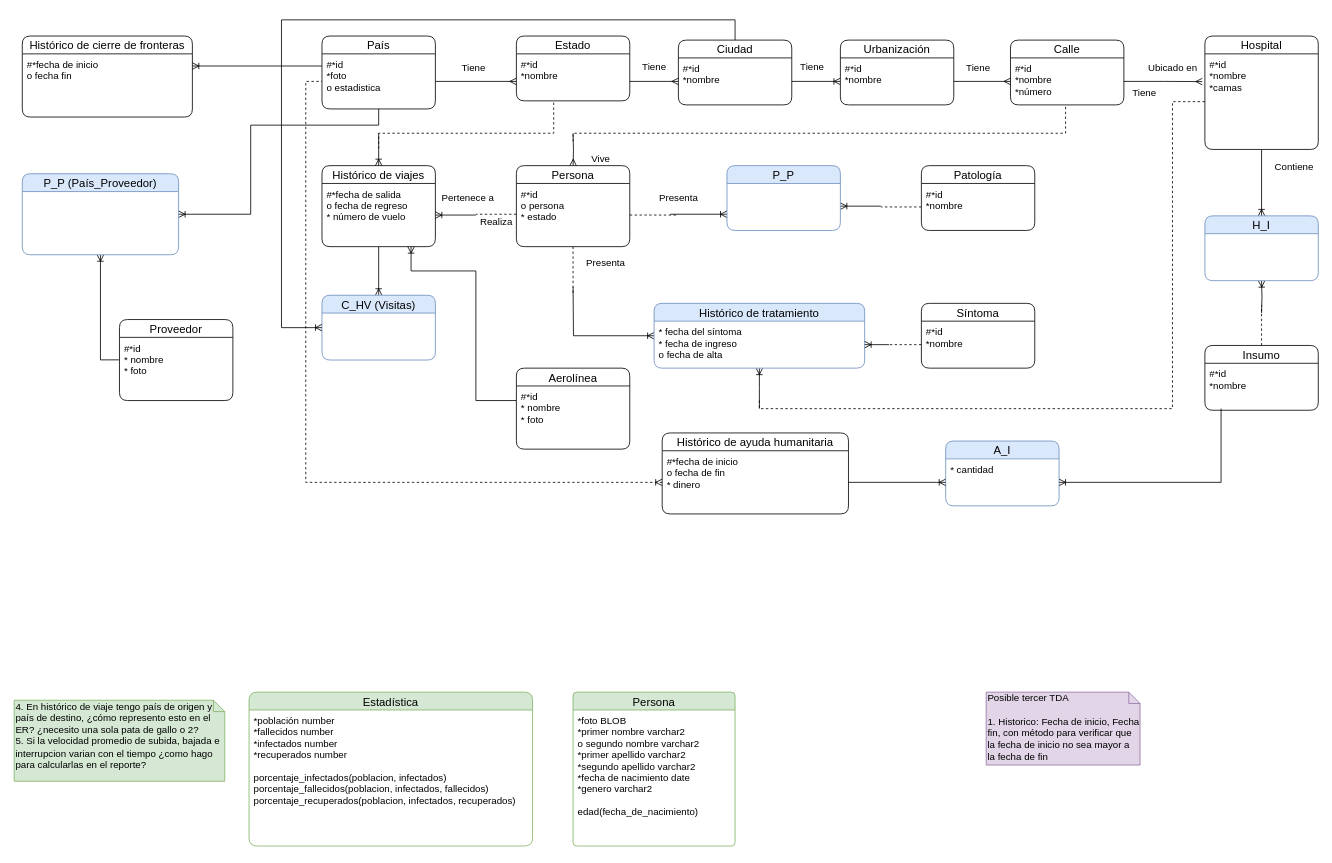
The draw.io diagram DB II/ER Prototype.drawio in NeutronBlast/IS-Ex, before the edit. Source tidied: cells renumbered, new cells numbered last; positions are measured from the earlier drawing's top-left corner, leaving out a move shared by most shapes. Both pictures are drawn from the tidied source at 81%, with x=0, y=0 at pixel (14, 19).
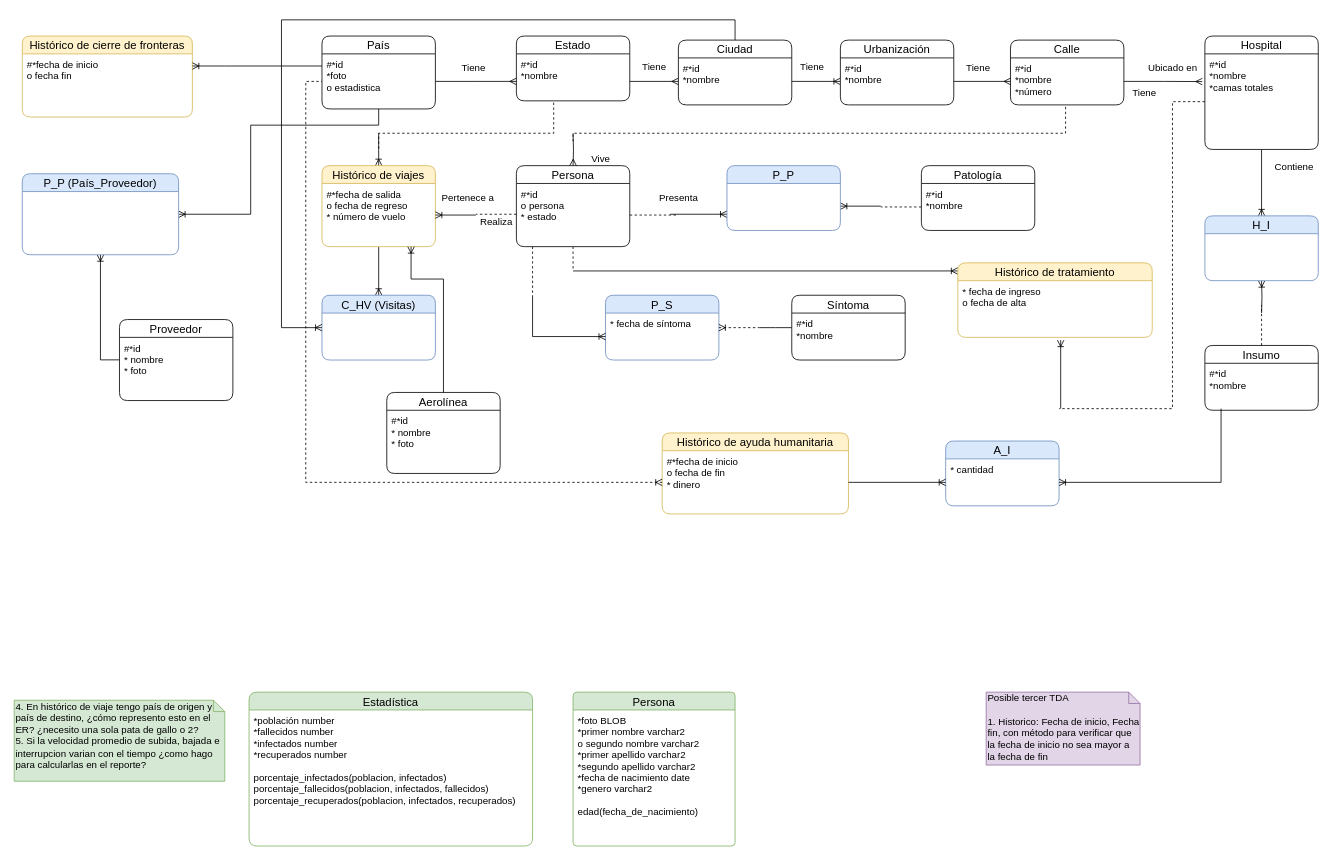
Above is the later version.

The change refers to these unchanged cells:
```xml
<mxCell id="14" value="Persona" style="swimlane;fontStyle=0;horizontal=1;startSize=22;fillColor=none;swimlaneFillColor=#ffffff;align=center;fontSize=14;rounded=1;" parent="1" vertex="1">
  <mxGeometry x="620" y="180" width="140" height="100" as="geometry" />
</mxCell>
<mxCell id="17" value="#*id&#10;*nombre" style="text;strokeColor=none;fillColor=none;spacingLeft=4;spacingRight=4;overflow=hidden;points=[[0,0.5],[1,0.5]];portConstraint=eastwest;fontSize=12;" parent="16" vertex="1">
  <mxGeometry y="22" width="140" height="58" as="geometry" />
</mxCell>
<mxCell id="53" value="Hospital" style="swimlane;fontStyle=0;horizontal=1;startSize=22;fillColor=none;swimlaneFillColor=#ffffff;align=center;fontSize=14;rounded=1;" parent="1" vertex="1">
  <mxGeometry x="1470" y="20" width="140" height="140" as="geometry" />
</mxCell>
```

The edit, as a diff of the source:
```diff
@@
     <mxCell id="13" style="edgeStyle=orthogonalEdgeStyle;rounded=0;jettySize=auto;html=1;startArrow=none;startFill=0;endArrow=none;endFill=0;dashed=1;" parent="1" edge="1" source="14">
       <mxGeometry relative="1" as="geometry">
-        <mxPoint x="690" y="340" as="targetPoint" />
+        <mxPoint x="690" y="310" as="targetPoint" />
       </mxGeometry>
     </mxCell>
+    <mxCell id="91" style="edgeStyle=orthogonalEdgeStyle;rounded=0;jettySize=auto;html=1;startArrow=none;startFill=0;endArrow=none;endFill=0;dashed=1;" parent="1" edge="1" source="14">
+      <mxGeometry relative="1" as="geometry">
+        <mxPoint x="640" y="340" as="targetPoint" />
+        <Array as="points">
+          <mxPoint x="640" y="300" />
+          <mxPoint x="640" y="300" />
+        </Array>
+      </mxGeometry>
+    </mxCell>
@@
+    <mxCell id="92" style="edgeStyle=orthogonalEdgeStyle;rounded=0;jettySize=auto;html=1;startArrow=none;startFill=0;endArrow=none;endFill=0;" parent="1" edge="1" source="16">
+      <mxGeometry relative="1" as="geometry">
+        <mxPoint x="920" y="380" as="targetPoint" />
+      </mxGeometry>
+    </mxCell>
     <mxCell id="16" value="Síntoma" style="swimlane;fontStyle=0;horizontal=1;startSize=22;fillColor=none;swimlaneFillColor=#ffffff;align=center;fontSize=14;rounded=1;" parent="1" vertex="1">
-      <mxGeometry x="1120" y="350" width="140" height="80" as="geometry" />
+      <mxGeometry x="960" y="340" width="140" height="80" as="geometry" />
     </mxCell>
@@
     <mxCell id="21" style="edgeStyle=orthogonalEdgeStyle;rounded=0;jettySize=auto;html=1;startArrow=ERoneToMany;startFill=0;endArrow=none;endFill=0;" parent="1" edge="1" source="23">
       <mxGeometry relative="1" as="geometry">
-        <mxPoint x="690" y="330" as="targetPoint" />
+        <mxPoint x="690" y="310" as="targetPoint" />
+        <Array as="points">
+          <mxPoint x="690" y="310" />
+        </Array>
       </mxGeometry>
     </mxCell>
-    <mxCell id="22" style="edgeStyle=orthogonalEdgeStyle;rounded=0;jettySize=auto;html=1;endArrow=none;endFill=0;startArrow=ERoneToMany;startFill=0;" parent="1" edge="1" source="23">
+    <mxCell id="22" style="edgeStyle=orthogonalEdgeStyle;rounded=0;jettySize=auto;html=1;endArrow=none;endFill=0;startArrow=ERoneToMany;startFill=0;exitX=0.528;exitY=1.049;exitDx=0;exitDy=0;exitPerimeter=0;" parent="1" edge="1" source="24">
       <mxGeometry relative="1" as="geometry">
-        <mxPoint x="920" y="480" as="targetPoint" />
+        <mxPoint x="1292" y="480" as="targetPoint" />
+        <Array as="points">
+          <mxPoint x="1292" y="480" />
+        </Array>
       </mxGeometry>
     </mxCell>
-    <mxCell id="23" value="Histórico de tratamiento" style="swimlane;fontStyle=0;horizontal=1;startSize=22;fillColor=#dae8fc;swimlaneFillColor=#ffffff;align=center;fontSize=14;rounded=1;strokeColor=#6c8ebf;" parent="1" vertex="1">
-      <mxGeometry x="790" y="350" width="260" height="80" as="geometry" />
+    <mxCell id="23" value="Histórico de tratamiento" style="swimlane;fontStyle=0;horizontal=1;startSize=22;fillColor=#fff2cc;swimlaneFillColor=#ffffff;align=center;fontSize=14;rounded=1;strokeColor=#d6b656;" parent="1" vertex="1">
+      <mxGeometry x="1165" y="300" width="240" height="92" as="geometry" />
     </mxCell>
-    <mxCell id="24" value="* fecha del síntoma&#10;* fecha de ingreso&#10;o fecha de alta" style="text;strokeColor=none;fillColor=none;spacingLeft=4;spacingRight=4;overflow=hidden;points=[[0,0.5],[1,0.5]];portConstraint=eastwest;fontSize=12;" parent="23" vertex="1">
-      <mxGeometry y="22" width="260" height="58" as="geometry" />
+    <mxCell id="24" value="* fecha de ingreso&#10;o fecha de alta" style="text;strokeColor=none;fillColor=none;spacingLeft=4;spacingRight=4;overflow=hidden;points=[[0,0.5],[1,0.5]];portConstraint=eastwest;fontSize=12;" parent="23" vertex="1">
+      <mxGeometry y="22" width="240" height="70" as="geometry" />
     </mxCell>
@@
-    <mxCell id="27" value="Histórico de viajes" style="swimlane;fontStyle=0;horizontal=1;startSize=22;fillColor=none;swimlaneFillColor=#ffffff;align=center;fontSize=14;rounded=1;" parent="1" vertex="1">
+    <mxCell id="27" value="Histórico de viajes" style="swimlane;fontStyle=0;horizontal=1;startSize=22;fillColor=#fff2cc;swimlaneFillColor=#ffffff;align=center;fontSize=14;rounded=1;strokeColor=#d6b656;" parent="1" vertex="1">
       <mxGeometry x="380" y="180" width="140" height="100" as="geometry" />
     </mxCell>
@@
     <mxCell id="40" style="edgeStyle=orthogonalEdgeStyle;rounded=0;jettySize=auto;html=1;startArrow=none;startFill=0;endArrow=ERoneToMany;endFill=0;" parent="1" edge="1" source="41">
       <mxGeometry relative="1" as="geometry">
         <mxPoint x="490" y="280" as="targetPoint" />
         <Array as="points">
-          <mxPoint x="570" y="470" />
-          <mxPoint x="570" y="310" />
-          <mxPoint x="490" y="310" />
+          <mxPoint x="530" y="470" />
+          <mxPoint x="530" y="320" />
+          <mxPoint x="490" y="320" />
         </Array>
       </mxGeometry>
     </mxCell>
     <mxCell id="41" value="Aerolínea" style="swimlane;fontStyle=0;horizontal=1;startSize=22;fillColor=none;swimlaneFillColor=#ffffff;align=center;fontSize=14;rounded=1;" parent="1" vertex="1">
-      <mxGeometry x="620" y="430" width="140" height="100" as="geometry" />
+      <mxGeometry x="460" y="460" width="140" height="100" as="geometry" />
     </mxCell>
@@
-    <mxCell id="47" value="Presenta" style="text;html=1;align=center;verticalAlign=middle;" parent="1" vertex="1">
-      <mxGeometry x="700" y="290" width="60" height="20" as="geometry" />
-    </mxCell>
@@
-    <mxCell id="54" value="#*id&#10;*nombre&#10;*camas" style="text;strokeColor=none;fillColor=none;spacingLeft=4;spacingRight=4;overflow=hidden;points=[[0,0.5],[1,0.5]];portConstraint=eastwest;fontSize=12;" parent="53" vertex="1">
+    <mxCell id="54" value="#*id&#10;*nombre&#10;*camas totales" style="text;strokeColor=none;fillColor=none;spacingLeft=4;spacingRight=4;overflow=hidden;points=[[0,0.5],[1,0.5]];portConstraint=eastwest;fontSize=12;" parent="53" vertex="1">
       <mxGeometry y="22" width="140" height="118" as="geometry" />
     </mxCell>
@@
-    <mxCell id="63" value="Histórico de ayuda humanitaria" style="swimlane;fontStyle=0;horizontal=1;startSize=22;fillColor=none;swimlaneFillColor=#ffffff;align=center;fontSize=14;rounded=1;" parent="1" vertex="1">
+    <mxCell id="63" value="Histórico de ayuda humanitaria" style="swimlane;fontStyle=0;horizontal=1;startSize=22;fillColor=#fff2cc;swimlaneFillColor=#ffffff;align=center;fontSize=14;rounded=1;strokeColor=#d6b656;" parent="1" vertex="1">
       <mxGeometry x="800" y="510" width="230" height="100" as="geometry" />
     </mxCell>
@@
-    <mxCell id="75" value="Histórico de cierre de fronteras" style="swimlane;fontStyle=0;horizontal=1;startSize=22;fillColor=none;swimlaneFillColor=#ffffff;align=center;fontSize=14;rounded=1;" parent="1" vertex="1">
+    <mxCell id="75" value="Histórico de cierre de fronteras" style="swimlane;fontStyle=0;horizontal=1;startSize=22;fillColor=#fff2cc;swimlaneFillColor=#ffffff;align=center;fontSize=14;rounded=1;strokeColor=#d6b656;" parent="1" vertex="1">
       <mxGeometry x="10" y="20" width="210" height="100" as="geometry" />
     </mxCell>
@@
-    <mxCell id="79" style="edgeStyle=orthogonalEdgeStyle;rounded=0;jettySize=auto;html=1;exitX=0;exitY=0.5;exitDx=0;exitDy=0;startArrow=none;startFill=0;endArrow=none;endFill=0;dashed=1;" parent="1" edge="1" source="17">
-      <mxGeometry relative="1" as="geometry">
-        <mxPoint x="1080" y="401" as="targetPoint" />
-      </mxGeometry>
-    </mxCell>
-    <mxCell id="80" style="edgeStyle=orthogonalEdgeStyle;rounded=0;jettySize=auto;html=1;exitX=1;exitY=0.5;exitDx=0;exitDy=0;startArrow=ERoneToMany;startFill=0;endArrow=none;endFill=0;" parent="1" edge="1" source="24">
-      <mxGeometry relative="1" as="geometry">
-        <mxPoint x="1080" y="401" as="targetPoint" />
-      </mxGeometry>
-    </mxCell>
@@
     <mxCell id="90" style="edgeStyle=orthogonalEdgeStyle;rounded=0;jettySize=auto;html=1;exitX=0;exitY=0.5;exitDx=0;exitDy=0;startArrow=none;startFill=0;endArrow=none;endFill=0;dashed=1;" parent="1" edge="1" source="54">
       <mxGeometry relative="1" as="geometry">
-        <mxPoint x="920" y="470" as="targetPoint" />
+        <mxPoint x="1290" y="480" as="targetPoint" />
         <Array as="points">
           <mxPoint x="1430" y="101" />
           <mxPoint x="1430" y="480" />
-          <mxPoint x="920" y="480" />
         </Array>
       </mxGeometry>
     </mxCell>
+    <mxCell id="93" value="P_S" style="swimlane;fontStyle=0;horizontal=1;startSize=22;fillColor=#dae8fc;swimlaneFillColor=#ffffff;align=center;fontSize=14;rounded=1;strokeColor=#6c8ebf;" parent="1" vertex="1">
+      <mxGeometry x="730" y="340" width="140" height="80" as="geometry" />
+    </mxCell>
+    <mxCell id="94" value="* fecha de síntoma" style="text;strokeColor=none;fillColor=none;spacingLeft=4;spacingRight=4;overflow=hidden;points=[[0,0.5],[1,0.5]];portConstraint=eastwest;fontSize=12;" parent="93" vertex="1">
+      <mxGeometry y="22" width="140" height="58" as="geometry" />
+    </mxCell>
+    <mxCell id="95" style="edgeStyle=orthogonalEdgeStyle;rounded=0;jettySize=auto;html=1;exitX=0;exitY=0.5;exitDx=0;exitDy=0;startArrow=ERoneToMany;startFill=0;endArrow=none;endFill=0;" parent="1" edge="1" source="94">
+      <mxGeometry relative="1" as="geometry">
+        <mxPoint x="640" y="340" as="targetPoint" />
+        <Array as="points">
+          <mxPoint x="640" y="391" />
+        </Array>
+      </mxGeometry>
+    </mxCell>
+    <mxCell id="96" style="edgeStyle=orthogonalEdgeStyle;rounded=0;jettySize=auto;html=1;startArrow=ERoneToMany;startFill=0;endArrow=none;endFill=0;dashed=1;" parent="1" edge="1" source="94">
+      <mxGeometry relative="1" as="geometry">
+        <mxPoint x="920" y="380" as="targetPoint" />
+        <Array as="points">
+          <mxPoint x="880" y="380" />
+          <mxPoint x="880" y="380" />
+        </Array>
+      </mxGeometry>
+    </mxCell>
```
